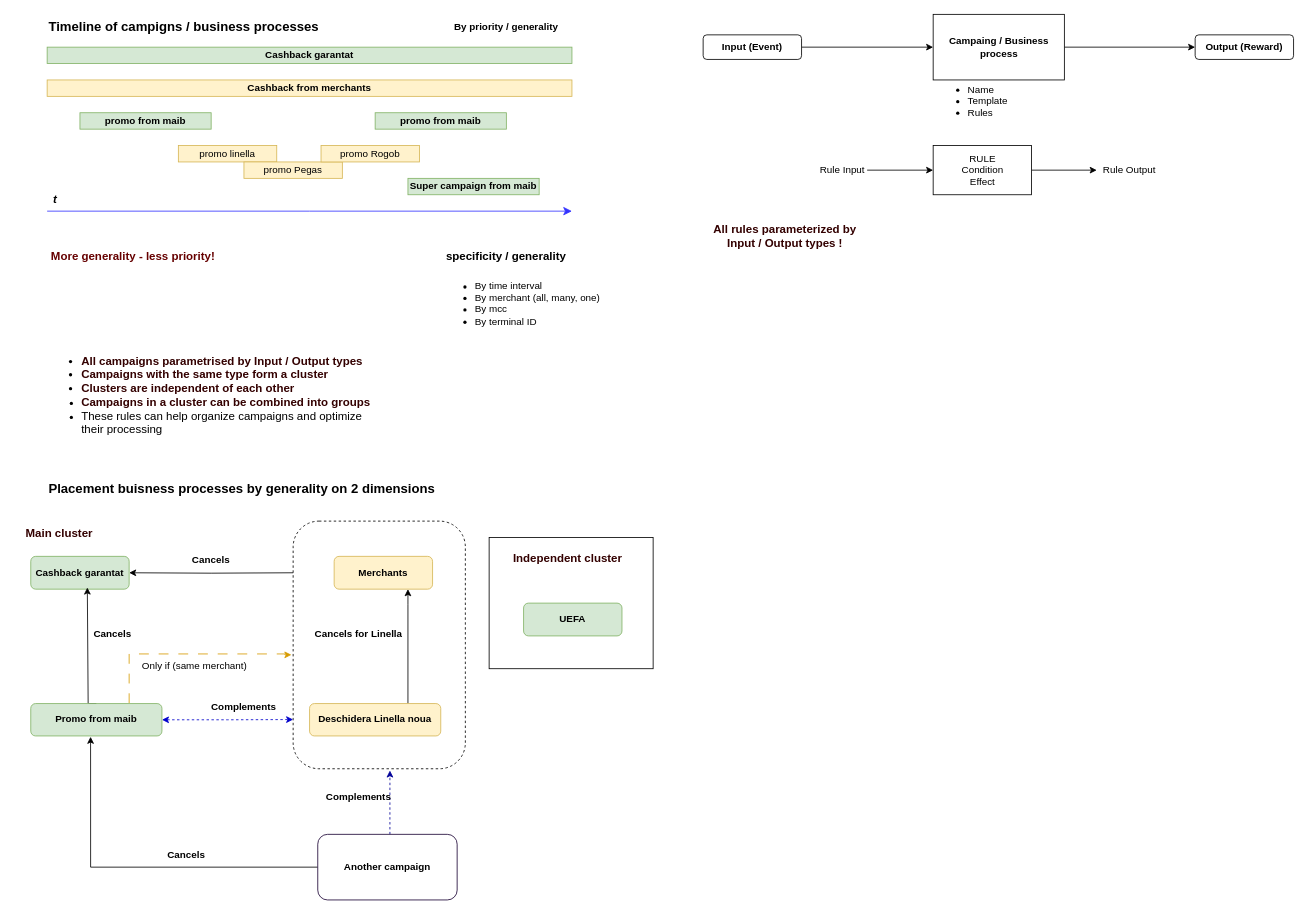
The draw.io diagram Диаграмма без названия.drawio in DemiusAcademius/diagrams, before the edit. Source tidied: cells renumbered, new cells numbered last; positions are measured from the earlier drawing's top-left corner, leaving out a move shared by most shapes. Both pictures are drawn from the tidied source at 82%, with x=0, y=0 at pixel (14, 14).
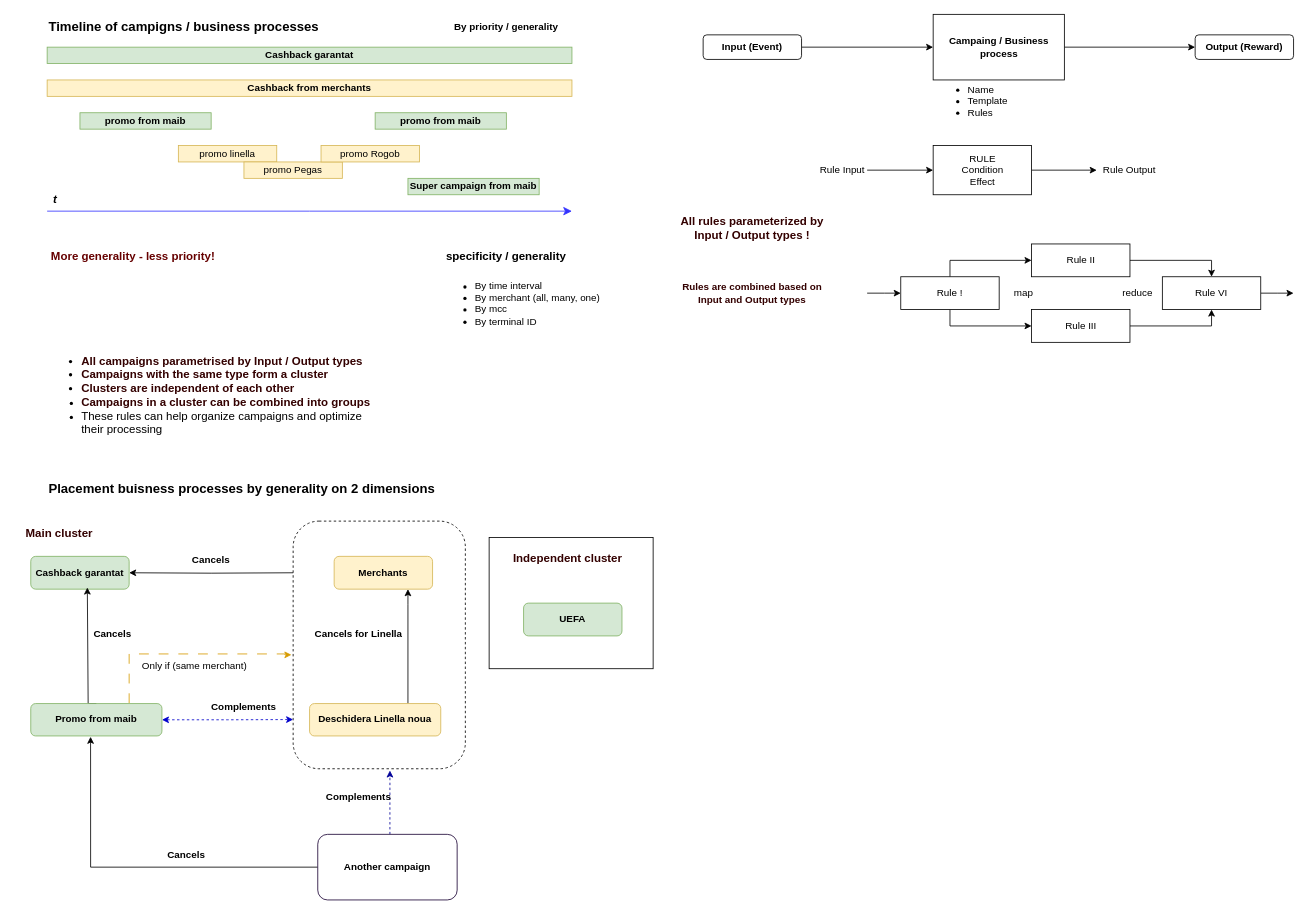
The same diagram, later.

Diff of the diagram source:
```diff
@@
     <mxCell id="54" value="&lt;b&gt;&lt;font color=&quot;#330000&quot; style=&quot;font-size: 14px;&quot;&gt;All rules parameterized by Input / Output types !&lt;/font&gt;&lt;/b&gt;" style="text;html=1;strokeColor=none;fillColor=none;align=center;verticalAlign=middle;whiteSpace=wrap;rounded=0;" parent="1" vertex="1">
-      <mxGeometry x="840" y="250" width="200" height="40" as="geometry" />
+      <mxGeometry x="800" y="240" width="200" height="40" as="geometry" />
     </mxCell>
+    <mxCell id="55" value="&lt;font color=&quot;#330000&quot;&gt;&lt;b&gt;Rules are combined based on Input and Output types&lt;/b&gt;&lt;/font&gt;" style="text;html=1;strokeColor=none;fillColor=none;align=center;verticalAlign=middle;whiteSpace=wrap;rounded=0;" parent="1" vertex="1">
+      <mxGeometry x="800" y="320" width="200" height="40" as="geometry" />
+    </mxCell>
+    <mxCell id="56" style="edgeStyle=orthogonalEdgeStyle;rounded=0;jettySize=auto;html=1;entryX=0;entryY=0.5;entryDx=0;entryDy=0;" parent="1" edge="1" source="59" target="61">
+      <mxGeometry relative="1" as="geometry">
+        <Array as="points">
+          <mxPoint x="1141" y="300" />
+        </Array>
+      </mxGeometry>
+    </mxCell>
+    <mxCell id="57" style="edgeStyle=orthogonalEdgeStyle;rounded=0;jettySize=auto;html=1;entryX=0;entryY=0.5;entryDx=0;entryDy=0;" parent="1" edge="1" source="59" target="63">
+      <mxGeometry relative="1" as="geometry">
+        <Array as="points">
+          <mxPoint x="1141" y="380" />
+        </Array>
+      </mxGeometry>
+    </mxCell>
+    <mxCell id="58" style="edgeStyle=orthogonalEdgeStyle;rounded=0;jettySize=auto;html=1;startArrow=classic;startFill=1;endArrow=none;endFill=0;" parent="1" edge="1" source="59">
+      <mxGeometry relative="1" as="geometry">
+        <mxPoint x="1040" y="340" as="targetPoint" />
+      </mxGeometry>
+    </mxCell>
+    <mxCell id="59" value="Rule !" style="rounded=0;whiteSpace=wrap;html=1;" parent="1" vertex="1">
+      <mxGeometry x="1081" y="320" width="120" height="40" as="geometry" />
+    </mxCell>
+    <mxCell id="60" style="edgeStyle=orthogonalEdgeStyle;rounded=0;jettySize=auto;html=1;entryX=0.5;entryY=0;entryDx=0;entryDy=0;" parent="1" edge="1" source="61" target="65">
+      <mxGeometry relative="1" as="geometry" />
+    </mxCell>
+    <mxCell id="61" value="Rule II" style="rounded=0;whiteSpace=wrap;html=1;" parent="1" vertex="1">
+      <mxGeometry x="1240.5" y="280" width="120" height="40" as="geometry" />
+    </mxCell>
+    <mxCell id="62" style="edgeStyle=orthogonalEdgeStyle;rounded=0;jettySize=auto;html=1;entryX=0.5;entryY=1;entryDx=0;entryDy=0;" parent="1" edge="1" source="63" target="65">
+      <mxGeometry relative="1" as="geometry" />
+    </mxCell>
+    <mxCell id="63" value="Rule III" style="rounded=0;whiteSpace=wrap;html=1;" parent="1" vertex="1">
+      <mxGeometry x="1240.5" y="360" width="120" height="40" as="geometry" />
+    </mxCell>
+    <mxCell id="64" style="edgeStyle=orthogonalEdgeStyle;rounded=0;jettySize=auto;html=1;" parent="1" edge="1" source="65">
+      <mxGeometry relative="1" as="geometry">
+        <mxPoint x="1560" y="340" as="targetPoint" />
+      </mxGeometry>
+    </mxCell>
+    <mxCell id="65" value="Rule VI" style="rounded=0;whiteSpace=wrap;html=1;" parent="1" vertex="1">
+      <mxGeometry x="1400" y="320" width="120" height="40" as="geometry" />
+    </mxCell>
+    <mxCell id="66" value="map" style="text;html=1;strokeColor=none;fillColor=none;align=center;verticalAlign=middle;whiteSpace=wrap;rounded=0;" parent="1" vertex="1">
+      <mxGeometry x="1201" y="325" width="60" height="30" as="geometry" />
+    </mxCell>
+    <mxCell id="67" value="reduce" style="text;html=1;strokeColor=none;fillColor=none;align=center;verticalAlign=middle;whiteSpace=wrap;rounded=0;" parent="1" vertex="1">
+      <mxGeometry x="1340" y="325" width="60" height="30" as="geometry" />
+    </mxCell>
```
